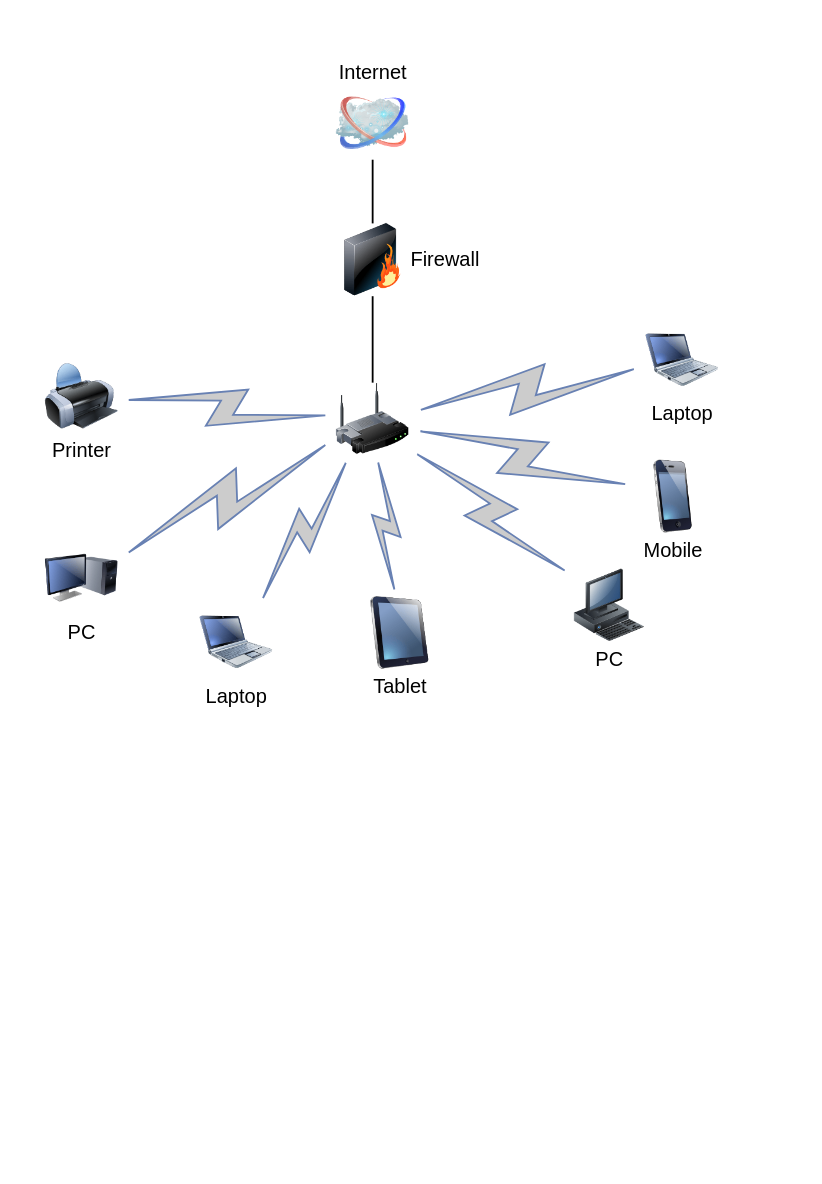
rewaza/python-heroku keeps this draw.io diagram as Untitled Diagram.drawio. Above is the earlier version. Source tidied: cells renumbered, new cells numbered last; positions are measured from the earlier drawing's top-left corner, leaving out a move shared by most shapes. Both pictures are drawn from the tidied source at 91%, with x=0, y=0 at pixel (45, 86).
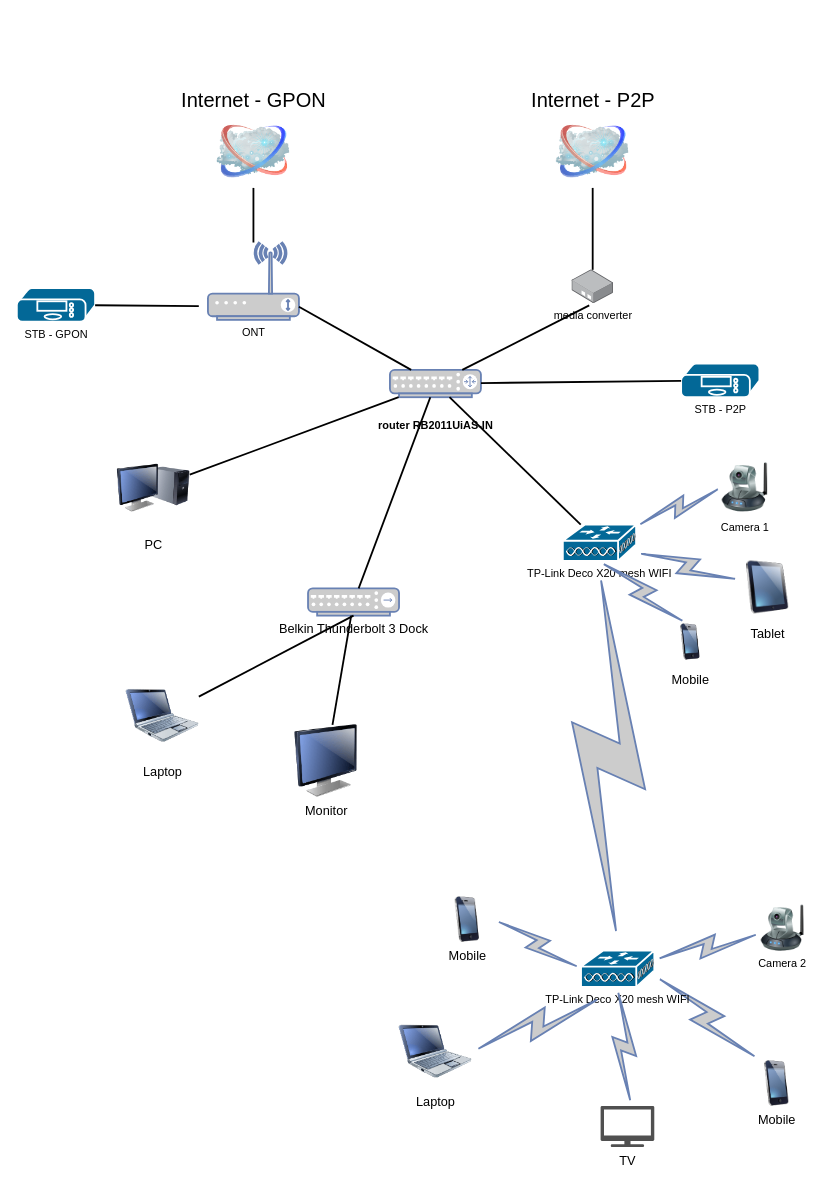
Above is the later version.

The edit, as a diff of the source:
```diff
@@
-    <mxCell id="2" style="edgeStyle=none;rounded=0;html=1;labelBackgroundColor=none;endArrow=none;strokeWidth=2;fontFamily=Verdana;fontSize=22;" parent="1" edge="1" source="3" target="6">
-      <mxGeometry relative="1" as="geometry" />
-    </mxCell>
-    <mxCell id="3" style="image;html=1;labelBackgroundColor=#ffffff;image=img/lib/clip_art/networking/Wireless_Router_128x128.png;rounded=1;shadow=0;comic=0;strokeWidth=2;fontSize=22;" parent="1" vertex="1">
-      <mxGeometry x="320" y="325" width="80" height="80" as="geometry" />
-    </mxCell>
-    <mxCell id="4" value="Internet" style="image;html=1;labelBackgroundColor=#ffffff;image=img/lib/clip_art/networking/Cloud_128x128.png;rounded=1;shadow=0;comic=0;strokeWidth=2;fontSize=22;labelPosition=center;verticalLabelPosition=top;align=center;verticalAlign=bottom;" parent="1" vertex="1">
-      <mxGeometry x="320" width="80" height="80" as="geometry" />
+    <mxCell id="4" value="Internet - GPON" style="image;html=1;labelBackgroundColor=#ffffff;image=img/lib/clip_art/networking/Cloud_128x128.png;rounded=1;shadow=0;comic=0;strokeWidth=2;fontSize=22;labelPosition=center;verticalLabelPosition=top;align=center;verticalAlign=bottom;" parent="1" vertex="1">
+      <mxGeometry x="189" y="31" width="80" height="80" as="geometry" />
     </mxCell>
-    <mxCell id="5" style="edgeStyle=none;rounded=0;html=1;labelBackgroundColor=none;endArrow=none;strokeWidth=2;fontFamily=Verdana;fontSize=22;" parent="1" edge="1" source="6" target="4">
+    <mxCell id="5" style="edgeStyle=none;rounded=0;html=1;labelBackgroundColor=none;endArrow=none;strokeWidth=2;fontFamily=Verdana;fontSize=22;" parent="1" edge="1" source="23" target="4">
       <mxGeometry relative="1" as="geometry" />
     </mxCell>
-    <mxCell id="6" value="Firewall" style="image;html=1;labelBackgroundColor=#ffffff;image=img/lib/clip_art/networking/Firewall_128x128.png;rounded=1;shadow=0;comic=0;strokeWidth=2;fontSize=22;labelPosition=right;verticalLabelPosition=middle;align=left;verticalAlign=middle;" parent="1" vertex="1">
-      <mxGeometry x="320" y="150" width="80" height="80" as="geometry" />
-    </mxCell>
-    <mxCell id="7" value="Tablet" style="image;html=1;labelBackgroundColor=#ffffff;image=img/lib/clip_art/computers/iPad_128x128.png;rounded=1;shadow=0;comic=0;strokeWidth=2;fontSize=22;" parent="1" vertex="1">
-      <mxGeometry x="350" y="560" width="80" height="80" as="geometry" />
+    <mxCell id="7" value="&lt;font style=&quot;font-size: 14px;&quot;&gt;Tablet&lt;/font&gt;" style="image;html=1;labelBackgroundColor=#ffffff;image=img/lib/clip_art/computers/iPad_128x128.png;rounded=1;shadow=0;comic=0;strokeWidth=2;fontSize=22;" parent="1" vertex="1">
+      <mxGeometry x="764" y="521" width="60" height="58" as="geometry" />
     </mxCell>
-    <mxCell id="8" value="PC" style="image;html=1;labelBackgroundColor=#ffffff;image=img/lib/clip_art/computers/Monitor_Tower_128x128.png;rounded=1;shadow=0;comic=0;strokeWidth=2;fontSize=22;" parent="1" vertex="1">
-      <mxGeometry y="500" width="80" height="80" as="geometry" />
-    </mxCell>
-    <mxCell id="9" value="Printer" style="image;html=1;labelBackgroundColor=#ffffff;image=img/lib/clip_art/computers/Printer_128x128.png;rounded=1;shadow=0;comic=0;strokeWidth=2;fontSize=22;" parent="1" vertex="1">
-      <mxGeometry y="300" width="80" height="80" as="geometry" />
-    </mxCell>
-    <mxCell id="10" value="PC" style="image;html=1;labelBackgroundColor=#ffffff;image=img/lib/clip_art/computers/Workstation_128x128.png;rounded=1;shadow=0;comic=0;strokeWidth=2;fontSize=22;" parent="1" vertex="1">
-      <mxGeometry x="580" y="530" width="80" height="80" as="geometry" />
-    </mxCell>
-    <mxCell id="11" value="Mobile" style="image;html=1;labelBackgroundColor=#ffffff;image=img/lib/clip_art/telecommunication/iPhone_128x128.png;rounded=1;shadow=0;comic=0;strokeWidth=2;fontSize=22;" parent="1" vertex="1">
-      <mxGeometry x="650" y="410" width="80" height="80" as="geometry" />
+    <mxCell id="11" value="Mobile" style="image;html=1;labelBackgroundColor=#ffffff;image=img/lib/clip_art/telecommunication/iPhone_128x128.png;rounded=1;shadow=0;comic=0;strokeWidth=2;fontSize=14;" parent="1" vertex="1">
+      <mxGeometry x="774" y="1070" width="60" height="50" as="geometry" />
     </mxCell>
-    <mxCell id="12" value="Laptop" style="image;html=1;labelBackgroundColor=#ffffff;image=img/lib/clip_art/computers/Netbook_128x128.png;rounded=1;shadow=0;comic=0;strokeColor=#000000;strokeWidth=2;fillColor=#FFFFFF;fontSize=22;fontColor=#000000;" parent="1" vertex="1">
-      <mxGeometry x="660" y="260" width="80" height="80" as="geometry" />
+    <mxCell id="12" value="Laptop" style="image;html=1;labelBackgroundColor=#ffffff;image=img/lib/clip_art/computers/Netbook_128x128.png;rounded=1;shadow=0;comic=0;strokeColor=#000000;strokeWidth=2;fillColor=#FFFFFF;fontSize=14;fontColor=#000000;" parent="1" vertex="1">
+      <mxGeometry x="389" y="1020" width="80" height="80" as="geometry" />
     </mxCell>
-    <mxCell id="13" value="Laptop" style="image;html=1;labelBackgroundColor=#ffffff;image=img/lib/clip_art/computers/Netbook_128x128.png;rounded=1;shadow=0;comic=0;strokeWidth=2;fontSize=22;" parent="1" vertex="1">
-      <mxGeometry x="170" y="570" width="80" height="80" as="geometry" />
+    <mxCell id="13" value="&lt;font style=&quot;font-size: 14px;&quot;&gt;Laptop&lt;/font&gt;" style="image;html=1;labelBackgroundColor=#ffffff;image=img/lib/clip_art/computers/Netbook_128x128.png;rounded=1;shadow=0;comic=0;strokeWidth=2;fontSize=22;" parent="1" vertex="1">
+      <mxGeometry x="89" y="651" width="80" height="80" as="geometry" />
     </mxCell>
-    <mxCell id="14" style="html=1;fillColor=#CCCCCC;strokeColor=#6881B3;gradientColor=none;gradientDirection=north;strokeWidth=2;shape=mxgraph.networks.comm_link_edge;html=1;labelBackgroundColor=none;endArrow=none;fontFamily=Verdana;fontSize=22;fontColor=#000000;" parent="1" edge="1" source="9" target="3">
-      <mxGeometry relative="1" as="geometry" />
-    </mxCell>
-    <mxCell id="15" style="html=1;fillColor=#CCCCCC;strokeColor=#6881B3;gradientColor=none;gradientDirection=north;strokeWidth=2;shape=mxgraph.networks.comm_link_edge;html=1;labelBackgroundColor=none;endArrow=none;fontFamily=Verdana;fontSize=22;fontColor=#000000;fontStyle=1;" parent="1" edge="1" source="8" target="3">
-      <mxGeometry relative="1" as="geometry" />
+    <mxCell id="15" style="html=1;fillColor=#CCCCCC;strokeColor=#6881B3;gradientColor=none;gradientDirection=north;strokeWidth=2;shape=mxgraph.networks.comm_link_edge;html=1;labelBackgroundColor=none;endArrow=none;fontFamily=Verdana;fontSize=22;fontColor=#000000;fontStyle=1;entryX=1.006;entryY=0.675;entryDx=0;entryDy=0;entryPerimeter=0;" parent="1" edge="1" source="11" target="43">
+      <mxGeometry relative="1" as="geometry">
+        <Array as="points">
+          <mxPoint x="309" y="431" />
+        </Array>
+      </mxGeometry>
     </mxCell>
-    <mxCell id="16" style="html=1;fillColor=#CCCCCC;strokeColor=#6881B3;gradientColor=none;gradientDirection=north;strokeWidth=2;shape=mxgraph.networks.comm_link_edge;html=1;labelBackgroundColor=none;endArrow=none;fontFamily=Verdana;fontSize=22;fontColor=#000000;" parent="1" edge="1" source="13" target="3">
-      <mxGeometry relative="1" as="geometry" />
-    </mxCell>
-    <mxCell id="17" style="html=1;fillColor=#CCCCCC;strokeColor=#6881B3;gradientColor=none;gradientDirection=north;strokeWidth=2;shape=mxgraph.networks.comm_link_edge;html=1;labelBackgroundColor=none;endArrow=none;fontFamily=Verdana;fontSize=22;fontColor=#000000;" parent="1" edge="1" source="7" target="3">
+    <mxCell id="17" style="html=1;fillColor=#CCCCCC;strokeColor=#6881B3;gradientColor=none;gradientDirection=north;strokeWidth=2;shape=mxgraph.networks.comm_link_edge;html=1;labelBackgroundColor=none;endArrow=none;fontFamily=Verdana;fontSize=22;fontColor=#000000;" parent="1" edge="1" source="7" target="36">
       <mxGeometry relative="1" as="geometry" />
     </mxCell>
-    <mxCell id="18" style="html=1;fillColor=#CCCCCC;strokeColor=#6881B3;gradientColor=none;gradientDirection=north;strokeWidth=2;shape=mxgraph.networks.comm_link_edge;html=1;labelBackgroundColor=none;endArrow=none;fontFamily=Verdana;fontSize=22;fontColor=#000000;" parent="1" edge="1" source="10" target="3">
+    <mxCell id="18" style="html=1;fillColor=#CCCCCC;strokeColor=#6881B3;gradientColor=none;gradientDirection=north;strokeWidth=2;shape=mxgraph.networks.comm_link_edge;html=1;labelBackgroundColor=none;endArrow=none;fontFamily=Verdana;fontSize=22;fontColor=#000000;" parent="1" edge="1" source="34" target="43">
       <mxGeometry relative="1" as="geometry" />
     </mxCell>
-    <mxCell id="19" style="html=1;fillColor=#CCCCCC;strokeColor=#6881B3;gradientColor=none;gradientDirection=north;strokeWidth=2;shape=mxgraph.networks.comm_link_edge;html=1;labelBackgroundColor=none;endArrow=none;fontFamily=Verdana;fontSize=22;fontColor=#000000;" parent="1" edge="1" source="11" target="3">
+    <mxCell id="19" style="html=1;fillColor=#CCCCCC;strokeColor=#6881B3;gradientColor=none;gradientDirection=north;strokeWidth=2;shape=mxgraph.networks.comm_link_edge;html=1;labelBackgroundColor=none;endArrow=none;fontFamily=Verdana;fontSize=22;fontColor=#000000;exitX=0;exitY=0.5;exitDx=0;exitDy=0;" parent="1" edge="1" source="35" target="36">
       <mxGeometry relative="1" as="geometry" />
     </mxCell>
-    <mxCell id="20" style="html=1;fillColor=#CCCCCC;strokeColor=#6881B3;gradientColor=none;gradientDirection=north;strokeWidth=2;shape=mxgraph.networks.comm_link_edge;html=1;labelBackgroundColor=none;endArrow=none;fontFamily=Verdana;fontSize=22;fontColor=#000000;" parent="1" edge="1" source="12" target="3">
+    <mxCell id="20" style="html=1;fillColor=#CCCCCC;strokeColor=#6881B3;gradientColor=none;gradientDirection=north;strokeWidth=2;shape=mxgraph.networks.comm_link_edge;html=1;labelBackgroundColor=none;endArrow=none;fontFamily=Verdana;fontSize=22;fontColor=#000000;" parent="1" edge="1" source="43" target="36">
       <mxGeometry relative="1" as="geometry" />
     </mxCell>
+    <mxCell id="21" value="Internet - P2P" style="image;html=1;labelBackgroundColor=#ffffff;image=img/lib/clip_art/networking/Cloud_128x128.png;rounded=1;shadow=0;comic=0;strokeWidth=2;fontSize=22;labelPosition=center;verticalLabelPosition=top;align=center;verticalAlign=bottom;" parent="1" vertex="1">
+      <mxGeometry x="561.8" y="31" width="80" height="80" as="geometry" />
+    </mxCell>
+    <mxCell id="22" value="&lt;h5 style=&quot;&quot;&gt;&lt;font style=&quot;font-size: 12px;&quot; color=&quot;#000000&quot;&gt;router&amp;nbsp;&lt;span style=&quot;font-weight: 700; text-align: start; background-color: rgb(255, 255, 255);&quot;&gt;RB2011UiAS-IN&lt;/span&gt;&lt;/font&gt;&lt;/h5&gt;" style="fontColor=#0066CC;verticalAlign=top;verticalLabelPosition=bottom;labelPosition=center;align=center;html=1;outlineConnect=0;fillColor=#CCCCCC;strokeColor=#6881B3;gradientColor=none;gradientDirection=north;strokeWidth=2;shape=mxgraph.networks.router;" parent="1" vertex="1">
+      <mxGeometry x="379" y="311" width="100" height="30" as="geometry" />
+    </mxCell>
+    <mxCell id="23" value="&lt;font color=&quot;#000000&quot;&gt;ONT&lt;/font&gt;" style="fontColor=#0066CC;verticalAlign=top;verticalLabelPosition=bottom;labelPosition=center;align=center;html=1;outlineConnect=0;fillColor=#CCCCCC;strokeColor=#6881B3;gradientColor=none;gradientDirection=north;strokeWidth=2;shape=mxgraph.networks.wireless_modem;" parent="1" vertex="1">
+      <mxGeometry x="179" y="171" width="100" height="85" as="geometry" />
+    </mxCell>
+    <mxCell id="24" style="edgeStyle=none;rounded=0;html=1;labelBackgroundColor=none;endArrow=none;strokeWidth=2;fontFamily=Verdana;fontSize=22;" parent="1" edge="1" source="26" target="21">
+      <mxGeometry relative="1" as="geometry" />
+    </mxCell>
+    <mxCell id="25" value="STB - GPON" style="shape=mxgraph.cisco.misc.stb;html=1;dashed=0;fillColor=#036897;strokeColor=#ffffff;strokeWidth=2;verticalLabelPosition=bottom;verticalAlign=top;align=center;outlineConnect=0;" parent="1" vertex="1">
+      <mxGeometry x="-31" y="221" width="86" height="37" as="geometry" />
+    </mxCell>
+    <mxCell id="26" value="media converter" style="points=[];html=1;align=center;shadow=0;dashed=0;image;image=img/lib/allied_telesis/media_converters/Media_Converter_Standalone.svg;" parent="1" vertex="1">
+      <mxGeometry x="579" y="201" width="45.6" height="37.2" as="geometry" />
+    </mxCell>
+    <mxCell id="27" style="edgeStyle=none;rounded=0;html=1;labelBackgroundColor=none;endArrow=none;strokeWidth=2;fontFamily=Verdana;fontSize=22;exitX=0.417;exitY=1.051;exitDx=0;exitDy=0;exitPerimeter=0;" parent="1" edge="1" source="26" target="22">
+      <mxGeometry relative="1" as="geometry" />
+    </mxCell>
+    <mxCell id="28" style="edgeStyle=none;rounded=0;html=1;labelBackgroundColor=none;endArrow=none;strokeWidth=2;fontFamily=Verdana;fontSize=22;" parent="1" edge="1" source="23" target="22">
+      <mxGeometry relative="1" as="geometry" />
+    </mxCell>
+    <mxCell id="29" style="edgeStyle=none;rounded=0;html=1;labelBackgroundColor=none;endArrow=none;strokeWidth=2;fontFamily=Verdana;fontSize=22;" parent="1" edge="1" source="25">
+      <mxGeometry relative="1" as="geometry">
+        <mxPoint x="169" y="241" as="targetPoint" />
+      </mxGeometry>
+    </mxCell>
+    <mxCell id="30" value="STB - P2P" style="shape=mxgraph.cisco.misc.stb;html=1;dashed=0;fillColor=#036897;strokeColor=#ffffff;strokeWidth=2;verticalLabelPosition=bottom;verticalAlign=top;align=center;outlineConnect=0;" parent="1" vertex="1">
+      <mxGeometry x="699" y="304" width="86" height="37" as="geometry" />
+    </mxCell>
+    <mxCell id="31" style="edgeStyle=none;rounded=0;html=1;labelBackgroundColor=none;endArrow=none;strokeWidth=2;fontFamily=Verdana;fontSize=22;" parent="1" edge="1" source="30" target="22">
+      <mxGeometry relative="1" as="geometry" />
+    </mxCell>
+    <mxCell id="32" value="&lt;font style=&quot;font-size: 14px;&quot;&gt;PC&lt;/font&gt;" style="image;html=1;labelBackgroundColor=#ffffff;image=img/lib/clip_art/computers/Monitor_Tower_128x128.png;rounded=1;shadow=0;comic=0;strokeWidth=2;fontSize=22;" parent="1" vertex="1">
+      <mxGeometry x="79" y="401" width="80" height="80" as="geometry" />
+    </mxCell>
+    <mxCell id="33" style="edgeStyle=none;rounded=0;html=1;labelBackgroundColor=none;endArrow=none;strokeWidth=2;fontFamily=Verdana;fontSize=22;" parent="1" edge="1" source="22" target="32">
+      <mxGeometry relative="1" as="geometry" />
+    </mxCell>
+    <mxCell id="34" value="Camera 2" style="image;html=1;image=img/lib/clip_art/networking/Ip_Camera_128x128.png;fontFamily=Helvetica;fontSize=12;fontColor=#000000;" parent="1" vertex="1">
+      <mxGeometry x="786.8" y="899" width="47.2" height="51" as="geometry" />
+    </mxCell>
+    <mxCell id="35" value="Camera 1" style="image;html=1;image=img/lib/clip_art/networking/Ip_Camera_128x128.png;fontFamily=Helvetica;fontSize=12;fontColor=#000000;" parent="1" vertex="1">
+      <mxGeometry x="744" y="410" width="50" height="60" as="geometry" />
+    </mxCell>
+    <mxCell id="36" value="TP-Link Deco X20 mesh WIFI" style="shape=mxgraph.cisco.misc.mesh_ap;html=1;dashed=0;fillColor=#036897;strokeColor=#ffffff;strokeWidth=2;verticalLabelPosition=bottom;verticalAlign=top;align=center;outlineConnect=0;fontFamily=Helvetica;fontSize=12;fontColor=#000000;" parent="1" vertex="1">
+      <mxGeometry x="569" y="481" width="80.5" height="40" as="geometry" />
+    </mxCell>
+    <mxCell id="37" value="&lt;font style=&quot;font-size: 14px;&quot; color=&quot;#000000&quot;&gt;Belkin Thunderbolt 3 Dock&lt;/font&gt;" style="fontColor=#0066CC;verticalAlign=top;verticalLabelPosition=bottom;labelPosition=center;align=center;html=1;outlineConnect=0;fillColor=#CCCCCC;strokeColor=#6881B3;gradientColor=none;gradientDirection=north;strokeWidth=2;shape=mxgraph.networks.hub;fontFamily=Helvetica;fontSize=12;" parent="1" vertex="1">
+      <mxGeometry x="289" y="551" width="100" height="30" as="geometry" />
+    </mxCell>
+    <mxCell id="38" style="edgeStyle=none;rounded=0;html=1;labelBackgroundColor=none;endArrow=none;strokeWidth=2;fontFamily=Verdana;fontSize=22;" parent="1" edge="1" source="22" target="37">
+      <mxGeometry relative="1" as="geometry" />
+    </mxCell>
+    <mxCell id="39" style="edgeStyle=none;rounded=0;html=1;labelBackgroundColor=none;endArrow=none;strokeWidth=2;fontFamily=Verdana;fontSize=22;exitX=0.5;exitY=1;exitDx=0;exitDy=0;exitPerimeter=0;" parent="1" edge="1" source="37" target="13">
+      <mxGeometry relative="1" as="geometry" />
+    </mxCell>
+    <mxCell id="40" value="Monitor" style="image;html=1;image=img/lib/clip_art/computers/Monitor_128x128.png;fontFamily=Helvetica;fontSize=14;fontColor=#000000;" parent="1" vertex="1">
+      <mxGeometry x="269" y="701" width="80" height="80" as="geometry" />
+    </mxCell>
+    <mxCell id="41" style="edgeStyle=none;rounded=0;html=1;labelBackgroundColor=none;endArrow=none;strokeWidth=2;fontFamily=Verdana;fontSize=22;" parent="1" edge="1" source="37" target="40">
+      <mxGeometry relative="1" as="geometry" />
+    </mxCell>
+    <mxCell id="42" style="edgeStyle=none;rounded=0;html=1;labelBackgroundColor=none;endArrow=none;strokeWidth=2;fontFamily=Verdana;fontSize=22;" parent="1" edge="1" source="22" target="36">
+      <mxGeometry relative="1" as="geometry" />
+    </mxCell>
+    <mxCell id="43" value="TP-Link Deco X20 mesh WIFI" style="shape=mxgraph.cisco.misc.mesh_ap;html=1;dashed=0;fillColor=#036897;strokeColor=#ffffff;strokeWidth=2;verticalLabelPosition=bottom;verticalAlign=top;align=center;outlineConnect=0;fontFamily=Helvetica;fontSize=12;fontColor=#000000;" parent="1" vertex="1">
+      <mxGeometry x="589" y="949" width="80.5" height="40" as="geometry" />
+    </mxCell>
+    <mxCell id="44" style="html=1;fillColor=#CCCCCC;strokeColor=#6881B3;gradientColor=none;gradientDirection=north;strokeWidth=2;shape=mxgraph.networks.comm_link_edge;html=1;labelBackgroundColor=none;endArrow=none;fontFamily=Verdana;fontSize=22;fontColor=#000000;fontStyle=1;exitX=1;exitY=0.5;exitDx=0;exitDy=0;" parent="1" edge="1" source="12">
+      <mxGeometry relative="1" as="geometry">
+        <mxPoint x="614" y="1000" as="targetPoint" />
+        <Array as="points">
+          <mxPoint x="224" y="1120" />
+          <mxPoint x="641" y="391" />
+        </Array>
+      </mxGeometry>
+    </mxCell>
+    <mxCell id="45" value="TV" style="sketch=0;shadow=0;dashed=0;html=1;strokeColor=none;fillColor=#505050;labelPosition=center;verticalLabelPosition=bottom;verticalAlign=top;outlineConnect=0;align=center;shape=mxgraph.office.devices.tv;fontFamily=Helvetica;fontSize=14;fontColor=#000000;" parent="1" vertex="1">
+      <mxGeometry x="610.5" y="1120" width="59" height="45" as="geometry" />
+    </mxCell>
+    <mxCell id="46" style="html=1;fillColor=#CCCCCC;strokeColor=#6881B3;gradientColor=none;gradientDirection=north;strokeWidth=2;shape=mxgraph.networks.comm_link_edge;html=1;labelBackgroundColor=none;endArrow=none;fontFamily=Verdana;fontSize=22;fontColor=#000000;fontStyle=1;entryX=0.5;entryY=1;entryDx=0;entryDy=0;entryPerimeter=0;" parent="1" edge="1" source="45" target="43">
+      <mxGeometry relative="1" as="geometry">
+        <Array as="points">
+          <mxPoint x="705.2" y="751" />
+        </Array>
+      </mxGeometry>
+    </mxCell>
+    <mxCell id="47" value="Mobile" style="image;html=1;labelBackgroundColor=#ffffff;image=img/lib/clip_art/telecommunication/iPhone_128x128.png;rounded=1;shadow=0;comic=0;strokeWidth=2;fontSize=14;" parent="1" vertex="1">
+      <mxGeometry x="434" y="890" width="60" height="50" as="geometry" />
+    </mxCell>
+    <mxCell id="48" style="html=1;fillColor=#CCCCCC;strokeColor=#6881B3;gradientColor=none;gradientDirection=north;strokeWidth=2;shape=mxgraph.networks.comm_link_edge;html=1;labelBackgroundColor=none;endArrow=none;fontFamily=Verdana;fontSize=22;fontColor=#000000;fontStyle=1;exitX=1;exitY=0.5;exitDx=0;exitDy=0;entryX=0;entryY=0.5;entryDx=0;entryDy=0;entryPerimeter=0;" parent="1" edge="1" source="47" target="43">
+      <mxGeometry relative="1" as="geometry">
+        <Array as="points">
+          <mxPoint x="299" y="141" />
+        </Array>
+      </mxGeometry>
+    </mxCell>
+    <mxCell id="49" value="&lt;font style=&quot;font-size: 14px;&quot;&gt;Mobile&lt;/font&gt;" style="image;html=1;labelBackgroundColor=#ffffff;image=img/lib/clip_art/telecommunication/iPhone_128x128.png;rounded=1;shadow=0;comic=0;strokeWidth=2;fontSize=22;" parent="1" vertex="1">
+      <mxGeometry x="684" y="590" width="50" height="40" as="geometry" />
+    </mxCell>
+    <mxCell id="50" style="html=1;fillColor=#CCCCCC;strokeColor=#6881B3;gradientColor=none;gradientDirection=north;strokeWidth=2;shape=mxgraph.networks.comm_link_edge;html=1;labelBackgroundColor=none;endArrow=none;fontFamily=Verdana;fontSize=22;fontColor=#000000;fontStyle=1;entryX=0.5;entryY=1;entryDx=0;entryDy=0;entryPerimeter=0;" parent="1" edge="1" source="49" target="36">
+      <mxGeometry relative="1" as="geometry">
+        <Array as="points">
+          <mxPoint x="579" y="-60" />
+        </Array>
+      </mxGeometry>
+    </mxCell>
```
